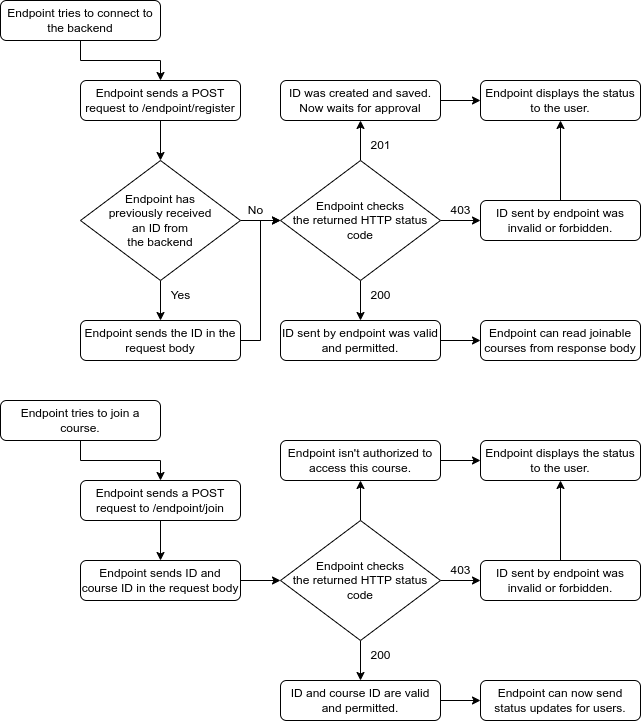
The draw.io diagram docs/endpoint-backend-communication.png in roopereku/nfc-attendance, before a commit. Source tidied: cells renumbered, new cells last; positions are measured from the earlier drawing's top-left corner, leaving out a move shared by most shapes.
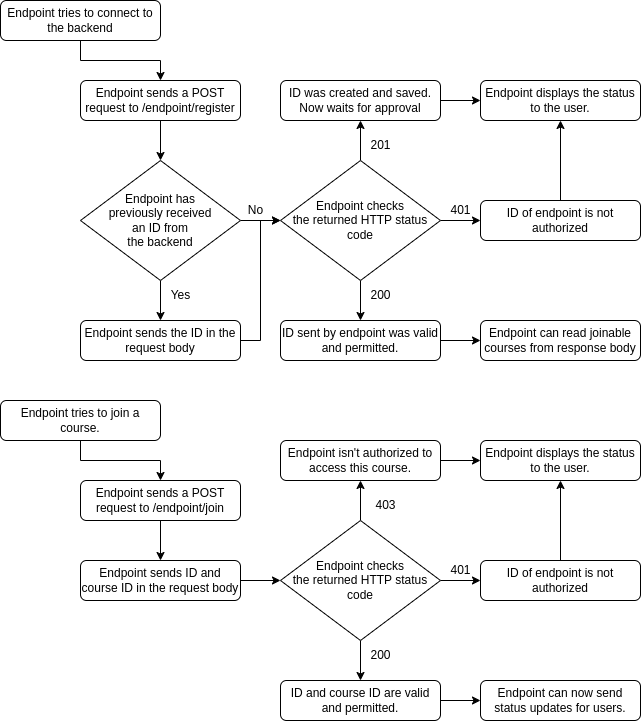
After the commit.

Commit message:
Use more fitting HTTP status codes

Change to the diagram source:
```diff
@@ -59,7 +59,7 @@
     <mxCell id="20" style="edgeStyle=orthogonalEdgeStyle;rounded=0;jettySize=auto;html=1;exitX=0.5;exitY=0;exitDx=0;exitDy=0;entryX=0.5;entryY=1;entryDx=0;entryDy=0;" parent="1" edge="1" source="21" target="19">
       <mxGeometry relative="1" as="geometry" />
     </mxCell>
-    <mxCell id="21" value="ID sent by endpoint was invalid or forbidden." style="rounded=1;whiteSpace=wrap;html=1;" parent="1" vertex="1">
+    <mxCell id="21" value="ID of endpoint is not authorized" style="rounded=1;whiteSpace=wrap;html=1;" parent="1" vertex="1">
       <mxGeometry x="480" y="200" width="160" height="40" as="geometry" />
     </mxCell>
     <mxCell id="22" style="edgeStyle=orthogonalEdgeStyle;rounded=0;jettySize=auto;html=1;exitX=1;exitY=0.5;exitDx=0;exitDy=0;entryX=0;entryY=0.5;entryDx=0;entryDy=0;" parent="1" edge="1" source="23" target="25">
@@ -74,8 +74,8 @@
     <mxCell id="25" value="Endpoint can read joinable courses from response body" style="rounded=1;whiteSpace=wrap;html=1;" parent="1" vertex="1">
       <mxGeometry x="480" y="320" width="160" height="40" as="geometry" />
     </mxCell>
-    <mxCell id="26" value="403" style="text;html=1;align=center;verticalAlign=middle;strokeColor=none;fillColor=none;" parent="1" vertex="1">
-      <mxGeometry x="440" y="200" width="40" height="20" as="geometry" />
+    <mxCell id="26" value="401" style="text;html=1;align=center;verticalAlign=middle;strokeColor=none;fillColor=none;" parent="1" vertex="1">
+      <mxGeometry x="440" y="195" width="40" height="30" as="geometry" />
     </mxCell>
     <mxCell id="27" value="No" style="text;html=1;align=center;verticalAlign=middle;strokeColor=none;fillColor=none;" parent="1" vertex="1">
       <mxGeometry x="240" y="200" width="30" height="20" as="geometry" />
@@ -113,11 +113,11 @@
     <mxCell id="38" style="edgeStyle=orthogonalEdgeStyle;rounded=0;jettySize=auto;html=1;exitX=0.5;exitY=0;exitDx=0;exitDy=0;entryX=0.5;entryY=1;entryDx=0;entryDy=0;" parent="1" edge="1" source="39" target="41">
       <mxGeometry relative="1" as="geometry" />
     </mxCell>
-    <mxCell id="39" value="ID sent by endpoint was invalid or forbidden." style="rounded=1;whiteSpace=wrap;html=1;" parent="1" vertex="1">
+    <mxCell id="39" value="ID of endpoint is not authorized" style="rounded=1;whiteSpace=wrap;html=1;" parent="1" vertex="1">
       <mxGeometry x="480" y="560" width="160" height="40" as="geometry" />
     </mxCell>
-    <mxCell id="40" value="403" style="text;html=1;align=center;verticalAlign=middle;strokeColor=none;fillColor=none;" parent="1" vertex="1">
-      <mxGeometry x="440" y="560" width="40" height="20" as="geometry" />
+    <mxCell id="40" value="401" style="text;html=1;align=center;verticalAlign=middle;strokeColor=none;fillColor=none;" parent="1" vertex="1">
+      <mxGeometry x="440" y="555" width="40" height="30" as="geometry" />
     </mxCell>
     <mxCell id="41" value="Endpoint displays the status to the user." style="rounded=1;whiteSpace=wrap;html=1;" parent="1" vertex="1">
       <mxGeometry x="480" y="440" width="160" height="40" as="geometry" />
@@ -140,5 +140,8 @@
     <mxCell id="47" value="Endpoint can now send status updates for users." style="rounded=1;whiteSpace=wrap;html=1;" parent="1" vertex="1">
       <mxGeometry x="480" y="680" width="160" height="40" as="geometry" />
     </mxCell>
+    <mxCell id="48" value="403" style="text;html=1;align=center;verticalAlign=middle;strokeColor=none;fillColor=none;" parent="1" vertex="1">
+      <mxGeometry x="365" y="490" width="40" height="30" as="geometry" />
+    </mxCell>
   </root>
 </mxGraphModel>
```
